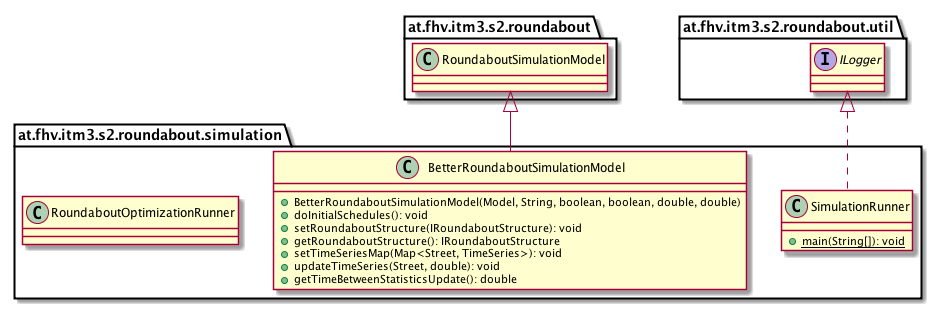
Before: images/uml-class/at.fhv.itm3.s2.roundabout.simulation.package.png, a diagram exported from PlantUML (Oxydation/RoundaboutDornbirnNorth).
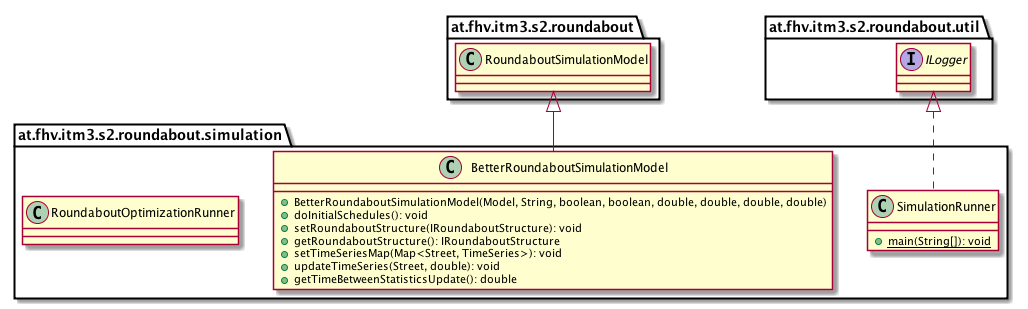
Later version of the same file.

Change to the diagram source:
```diff
@@ -3,7 +3,7 @@
     namespace at.fhv.itm3.s2.roundabout.simulation {
 
         class BetterRoundaboutSimulationModel [[../../../../../at/fhv/itm3/s2/roundabout/simulation/BetterRoundaboutSimulationModel.html]] {
-            +BetterRoundaboutSimulationModel(Model, String, boolean, boolean, double, double)
+            +BetterRoundaboutSimulationModel(Model, String, boolean, boolean, double, double, double, double)
             +doInitialSchedules(): void
             +setRoundaboutStructure(IRoundaboutStructure): void
             +getRoundaboutStructure(): IRoundaboutStructure
```
